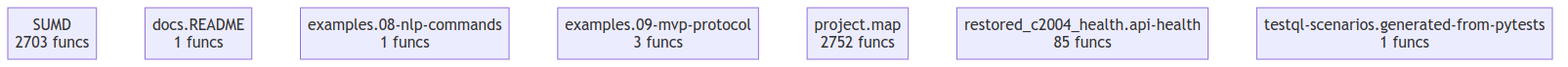
The Mermaid diagram project/compact_flow.png in semcod/resplit, before a commit. Its source is kept beside it as project/compact_flow.mmd.
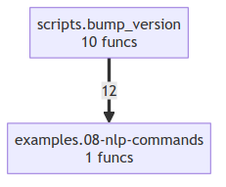
After the change.

Change to the diagram source:
```diff
@@ -1,8 +1,4 @@
 flowchart TD
-    SUMD["SUMD<br/>2703 funcs"]
-    docs__README["docs.README<br/>1 funcs"]
     examples__08_nlp_commands["examples.08-nlp-commands<br/>1 funcs"]
-    examples__09_mvp_protocol["examples.09-mvp-protocol<br/>3 funcs"]
-    project__map["project.map<br/>2752 funcs"]
-    restored_c2004_health__api_health["restored_c2004_health.api-health<br/>85 funcs"]
-    testql_scenarios__generated_from_pytests["testql-scenarios.generated-from-pytests<br/>1 funcs"]
+    scripts__bump_version["scripts.bump_version<br/>10 funcs"]
+    scripts__bump_version ==>|12| examples__08_nlp_commands
```
